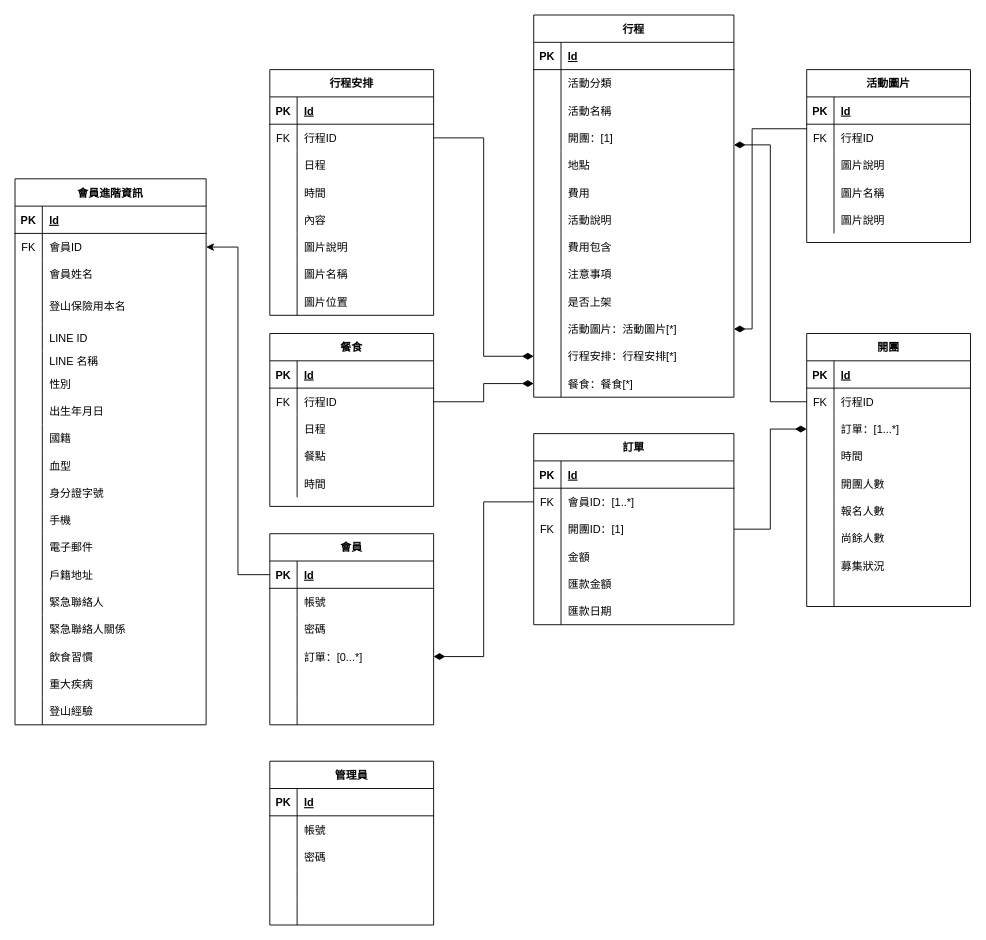
Yizi-Yeh/MT-Databaseplanning keeps this draw.io diagram as Untitled Diagram.drawio. Above is the earlier version. Source tidied: cells renumbered, new cells numbered last; positions are measured from the earlier drawing's top-left corner, leaving out a move shared by most shapes. Both pictures are drawn from the tidied source at 91%, with x=0, y=0 at pixel (15, 15).
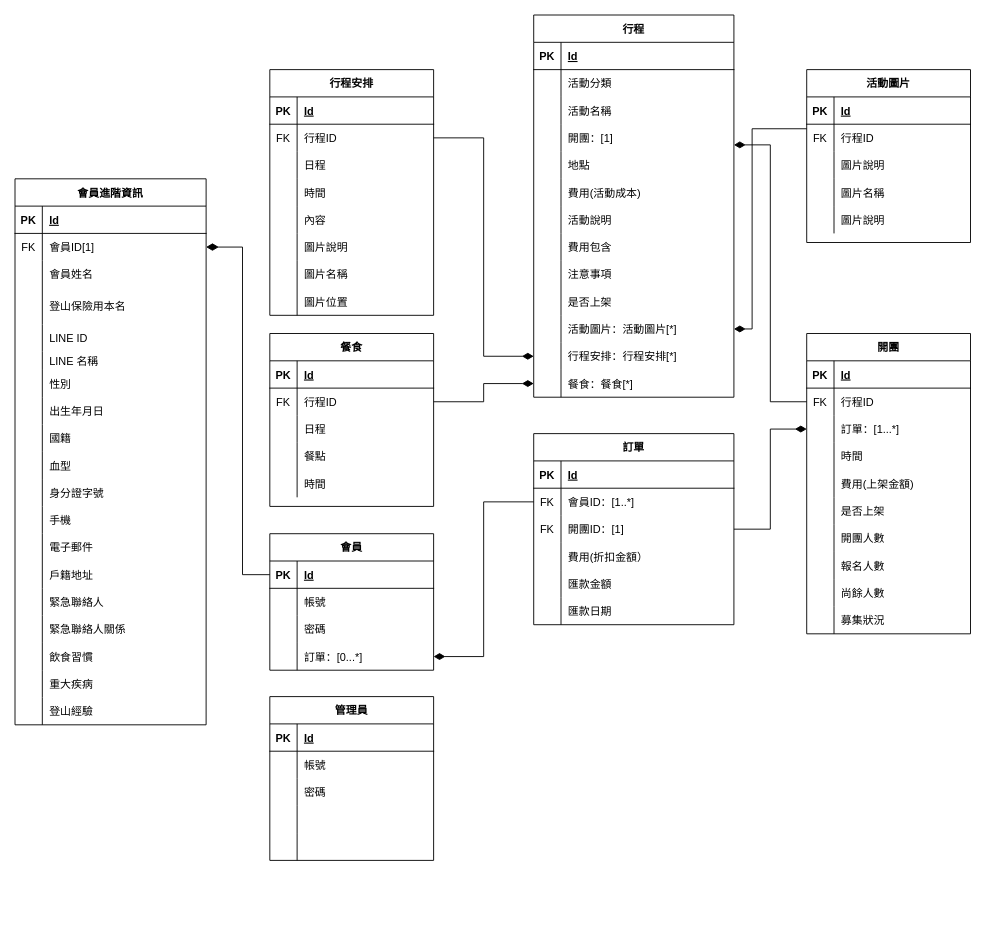
After the change.

The change refers to these unchanged cells:
```xml
<mxCell id="18" style="shape=partialRectangle;fillColor=none;top=0;left=0;bottom=0;right=0;" parent="2" vertex="1">
  <mxGeometry y="180" width="220" height="30" as="geometry" />
</mxCell>
<mxCell id="128" style="shape=partialRectangle;fillColor=none;top=0;left=0;bottom=1;right=0;points=[[0,0.5],[1,0.5]];portConstraint=eastwest;" parent="127" vertex="1">
  <mxGeometry y="30" width="180" height="30" as="geometry" />
</mxCell>
<mxCell id="156" style="shape=partialRectangle;fillColor=none;top=0;left=0;bottom=0;right=0;" parent="146" vertex="1">
  <mxGeometry y="120" width="220" height="30" as="geometry" />
</mxCell>
<mxCell id="191" style="shape=partialRectangle;fillColor=none;top=0;left=0;bottom=0;right=0;points=[[0,0.5],[1,0.5]];portConstraint=eastwest;" parent="187" vertex="1">
  <mxGeometry y="60" width="210" height="30" as="geometry" />
</mxCell>
```

Change to the diagram source:
```diff
@@
-    <mxCell id="20" value="費用" style="shape=partialRectangle;fillColor=none;top=0;left=0;bottom=0;right=0;align=left;spacingLeft=6;overflow=hidden;" parent="18" vertex="1">
+    <mxCell id="20" value="費用(活動成本)" style="shape=partialRectangle;fillColor=none;top=0;left=0;bottom=0;right=0;align=left;spacingLeft=6;overflow=hidden;" parent="18" vertex="1">
       <mxGeometry x="30" width="190" height="30" as="geometry" />
     </mxCell>
@@
     <mxCell id="42" value="開團" style="shape=table;startSize=30;childLayout=tableLayout;rowLines=0;fontStyle=1;align=center;fillColor=none;" parent="1" vertex="1">
-      <mxGeometry x="870" y="350" width="180" height="300" as="geometry" />
+      <mxGeometry x="870" y="350" width="180" height="330" as="geometry" />
     </mxCell>
@@
+    <mxCell id="140" style="shape=partialRectangle;fillColor=none;top=0;left=0;bottom=0;right=0;" parent="42" vertex="1">
+      <mxGeometry y="150" width="180" height="30" as="geometry" />
+    </mxCell>
+    <mxCell id="246" style="shape=partialRectangle;fillColor=none;top=0;left=0;bottom=0;right=0;overflow=hidden;" parent="140" vertex="1">
+      <mxGeometry width="30" height="30" as="geometry" />
+    </mxCell>
+    <mxCell id="247" value="費用(上架金額)" style="shape=partialRectangle;fillColor=none;top=0;left=0;bottom=0;right=0;align=left;spacingLeft=6;overflow=hidden;" parent="140" vertex="1">
+      <mxGeometry x="30" width="150" height="30" as="geometry" />
+    </mxCell>
+    <mxCell id="143" style="shape=partialRectangle;fillColor=none;top=0;left=0;bottom=0;right=0;" parent="42" vertex="1">
+      <mxGeometry y="180" width="180" height="30" as="geometry" />
+    </mxCell>
+    <mxCell id="248" style="shape=partialRectangle;fillColor=none;top=0;left=0;bottom=0;right=0;overflow=hidden;" parent="143" vertex="1">
+      <mxGeometry width="30" height="30" as="geometry" />
+    </mxCell>
+    <mxCell id="249" value="是否上架" style="shape=partialRectangle;fillColor=none;top=0;left=0;bottom=0;right=0;align=left;spacingLeft=6;overflow=hidden;" parent="143" vertex="1">
+      <mxGeometry x="30" width="150" height="30" as="geometry" />
+    </mxCell>
     <mxCell id="55" style="shape=partialRectangle;fillColor=none;top=0;left=0;bottom=0;right=0;" parent="42" vertex="1">
-      <mxGeometry y="150" width="180" height="30" as="geometry" />
+      <mxGeometry y="210" width="180" height="30" as="geometry" />
     </mxCell>
@@
     <mxCell id="58" style="shape=partialRectangle;fillColor=none;top=0;left=0;bottom=0;right=0;" parent="42" vertex="1">
-      <mxGeometry y="180" width="180" height="30" as="geometry" />
+      <mxGeometry y="240" width="180" height="30" as="geometry" />
     </mxCell>
@@
     <mxCell id="61" style="shape=partialRectangle;fillColor=none;top=0;left=0;bottom=0;right=0;" parent="42" vertex="1">
-      <mxGeometry y="210" width="180" height="30" as="geometry" />
+      <mxGeometry y="270" width="180" height="30" as="geometry" />
     </mxCell>
@@
     <mxCell id="64" style="shape=partialRectangle;fillColor=none;top=0;left=0;bottom=0;right=0;" parent="42" vertex="1">
-      <mxGeometry y="240" width="180" height="30" as="geometry" />
+      <mxGeometry y="300" width="180" height="30" as="geometry" />
     </mxCell>
@@
-    <mxCell id="67" style="shape=partialRectangle;fillColor=none;top=0;left=0;bottom=0;right=0;" parent="42" vertex="1">
-      <mxGeometry y="270" width="180" height="30" as="geometry" />
-    </mxCell>
-    <mxCell id="68" style="shape=partialRectangle;fillColor=none;top=0;left=0;bottom=0;right=0;overflow=hidden;" parent="67" vertex="1">
-      <mxGeometry width="30" height="30" as="geometry" />
-    </mxCell>
-    <mxCell id="69" style="shape=partialRectangle;fillColor=none;top=0;left=0;bottom=0;right=0;align=left;spacingLeft=6;overflow=hidden;" parent="67" vertex="1">
-      <mxGeometry x="30" width="150" height="30" as="geometry" />
-    </mxCell>
@@
     <mxCell id="127" value="會員" style="shape=table;startSize=30;childLayout=tableLayout;rowLines=0;fontStyle=1;align=center;fillColor=none;" parent="1" vertex="1">
-      <mxGeometry x="280" y="570" width="180" height="210" as="geometry" />
+      <mxGeometry x="280" y="570" width="180" height="150" as="geometry" />
     </mxCell>
@@
-    <mxCell id="140" style="shape=partialRectangle;fillColor=none;top=0;left=0;bottom=0;right=0;" parent="127" vertex="1">
-      <mxGeometry y="150" width="180" height="30" as="geometry" />
-    </mxCell>
-    <mxCell id="141" style="shape=partialRectangle;fillColor=none;top=0;left=0;bottom=0;right=0;overflow=hidden;" parent="140" vertex="1">
-      <mxGeometry width="30" height="30" as="geometry" />
-    </mxCell>
-    <mxCell id="142" style="shape=partialRectangle;fillColor=none;top=0;left=0;bottom=0;right=0;align=left;spacingLeft=6;overflow=hidden;" parent="140" vertex="1">
-      <mxGeometry x="30" width="150" height="30" as="geometry" />
-    </mxCell>
-    <mxCell id="143" style="shape=partialRectangle;fillColor=none;top=0;left=0;bottom=0;right=0;" parent="127" vertex="1">
-      <mxGeometry y="180" width="180" height="30" as="geometry" />
-    </mxCell>
-    <mxCell id="144" style="shape=partialRectangle;fillColor=none;top=0;left=0;bottom=0;right=0;overflow=hidden;" parent="143" vertex="1">
-      <mxGeometry width="30" height="30" as="geometry" />
-    </mxCell>
-    <mxCell id="145" style="shape=partialRectangle;fillColor=none;top=0;left=0;bottom=0;right=0;align=left;spacingLeft=6;overflow=hidden;" parent="143" vertex="1">
-      <mxGeometry x="30" width="150" height="30" as="geometry" />
-    </mxCell>
@@
-    <mxCell id="158" value="金額" style="shape=partialRectangle;fillColor=none;top=0;left=0;bottom=0;right=0;align=left;spacingLeft=6;overflow=hidden;" parent="156" vertex="1">
+    <mxCell id="158" value="費用(折扣金額）" style="shape=partialRectangle;fillColor=none;top=0;left=0;bottom=0;right=0;align=left;spacingLeft=6;overflow=hidden;" parent="156" vertex="1">
       <mxGeometry x="30" width="190" height="30" as="geometry" />
     </mxCell>
@@
     <mxCell id="171" value="管理員" style="shape=table;startSize=30;childLayout=tableLayout;rowLines=0;fontStyle=1;align=center;fillColor=none;" parent="1" vertex="1">
-      <mxGeometry x="280" y="820" width="180" height="180" as="geometry" />
+      <mxGeometry x="280" y="749" width="180" height="180" as="geometry" />
     </mxCell>
@@
-    <mxCell id="193" value="會員ID" style="shape=partialRectangle;fillColor=none;top=0;left=0;bottom=0;right=0;align=left;spacingLeft=6;overflow=hidden;" parent="191" vertex="1">
+    <mxCell id="193" value="會員ID[1]" style="shape=partialRectangle;fillColor=none;top=0;left=0;bottom=0;right=0;align=left;spacingLeft=6;overflow=hidden;" parent="191" vertex="1">
       <mxGeometry x="30" width="180" height="30" as="geometry" />
     </mxCell>
@@
-    <mxCell id="245" style="edgeStyle=orthogonalEdgeStyle;rounded=0;jettySize=auto;html=1;exitX=0;exitY=0.5;exitDx=0;exitDy=0;entryX=1;entryY=0.5;entryDx=0;entryDy=0;" parent="1" edge="1" source="128" target="191">
+    <mxCell id="245" style="edgeStyle=orthogonalEdgeStyle;rounded=0;jettySize=auto;html=1;exitX=0;exitY=0.5;exitDx=0;exitDy=0;entryX=1;entryY=0.5;entryDx=0;entryDy=0;endArrow=diamondThin;endFill=1;strokeWidth=1;endSize=11;" parent="1" edge="1" source="128" target="191">
       <mxGeometry relative="1" as="geometry" />
     </mxCell>
```
